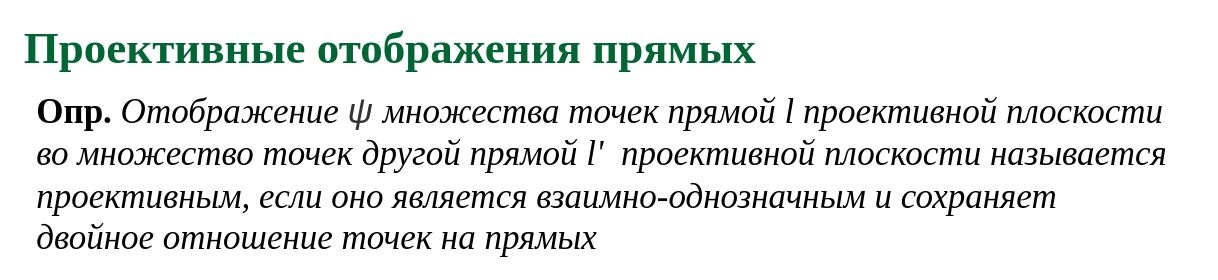
Earlier version of the draw.io diagram slides/proj_qdrcs.drawio (amcp-pit/geom_course). Source tidied: cells renumbered, new cells numbered last; positions are measured from the earlier drawing's top-left corner, leaving out a move shared by most shapes. Both pictures are drawn from the tidied source at 125%, with x=0, y=0 at pixel (21, 35).
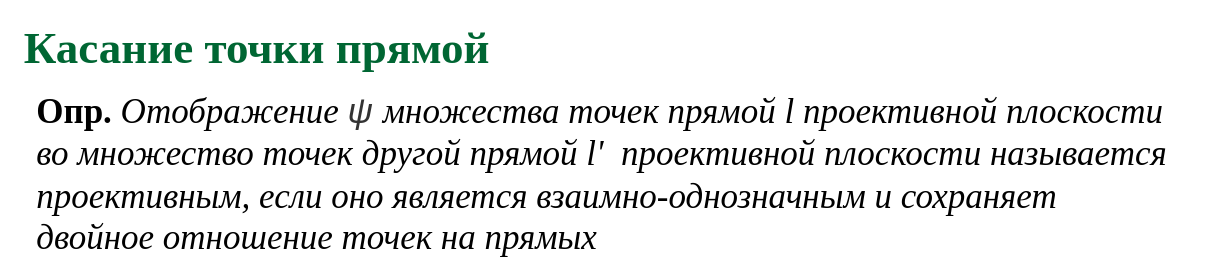
After the change.

Change to the diagram source:
```diff
@@
 <mxGraphModel>
   <root>
     <mxCell id="0" />
     <mxCell id="1" parent="0" />
-    <mxCell id="2" value="&lt;font color=&quot;#006633&quot; face=&quot;garamond&quot;&gt;&lt;span style=&quot;font-size: 36px&quot;&gt;&lt;b&gt;Проективные отображения прямых&lt;/b&gt;&lt;/span&gt;&lt;/font&gt;" style="text;html=1;align=left;verticalAlign=middle;whiteSpace=wrap;rounded=0;" parent="1" vertex="1">
+    <mxCell id="2" value="&lt;font color=&quot;#006633&quot; face=&quot;garamond&quot;&gt;&lt;span style=&quot;font-size: 36px&quot;&gt;&lt;b&gt;Касание точки прямой&lt;/b&gt;&lt;/span&gt;&lt;/font&gt;" style="text;html=1;align=left;verticalAlign=middle;whiteSpace=wrap;rounded=0;" parent="1" vertex="1">
       <mxGeometry width="920" height="20" as="geometry" />
     </mxCell>
     <mxCell id="3" value="&lt;div&gt;&lt;/div&gt;&lt;b style=&quot;font-size: 28px ; font-family: &amp;#34;times new roman&amp;#34;&quot;&gt;Опр.&lt;/b&gt;&lt;span style=&quot;font-size: 28px ; font-family: &amp;#34;times new roman&amp;#34;&quot;&gt;&amp;nbsp;&lt;/span&gt;&lt;i style=&quot;font-size: 28px ; font-family: &amp;#34;times new roman&amp;#34;&quot;&gt;Отображение&amp;nbsp;&lt;/i&gt;&lt;span style=&quot;color: rgb(51 , 51 , 51) ; font-family: &amp;#34;u0000&amp;#34; ; font-size: 28px ; text-align: center ; background-color: rgb(255 , 255 , 255)&quot;&gt;&lt;i&gt;ψ&lt;/i&gt;&amp;nbsp;&lt;/span&gt;&lt;i style=&quot;font-size: 28px ; font-family: &amp;#34;times new roman&amp;#34;&quot;&gt;множества точек прямой l проективной плоскости&lt;/i&gt;&lt;span style=&quot;color: rgb(51 , 51 , 51) ; font-family: &amp;#34;u0000&amp;#34; ; font-size: 28px ; text-align: center ; background-color: rgb(255 , 255 , 255)&quot;&gt;&lt;br&gt;&lt;/span&gt;&lt;font face=&quot;Times New Roman&quot; style=&quot;font-size: 28px&quot;&gt;&lt;div&gt;&lt;i&gt;во множество точек другой прямой l'&amp;nbsp; проективной плоскости называется&amp;nbsp;&lt;/i&gt;&lt;/div&gt;&lt;i&gt;&lt;font face=&quot;Times New Roman&quot;&gt;&lt;i&gt;проективным, если оно является взаимно-однозначным и сохраняет &lt;br&gt;двойное отношение точек на прямых&lt;/i&gt;&lt;/font&gt;&lt;/i&gt;&lt;/font&gt;" style="text;html=1;align=left;verticalAlign=middle;" parent="1" vertex="1">
       <mxGeometry x="10" y="71" width="930" height="80" as="geometry" />
     </mxCell>
   </root>
 </mxGraphModel>
```
